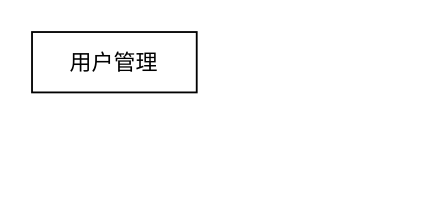
The draw.io diagram 若依架构.drawio in plx927/Java-Core-learning, before the edit. Source tidied: cells renumbered, new cells numbered last; positions are measured from the earlier drawing's top-left corner, leaving out a move shared by most shapes. Both pictures are drawn from the tidied source at 183%, with x=0, y=0 at pixel (31, 31).
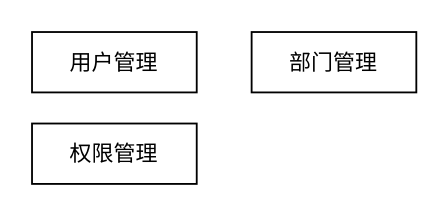
The same page after the edit.

Commit message:
更新若依架构.drawio

Change to the diagram source:
```diff
@@
 <mxGraphModel>
   <root>
     <mxCell id="0" />
     <mxCell id="1" parent="0" />
     <mxCell id="2" value="用户管理" style="rounded=0;whiteSpace=wrap;html=1;" parent="1" vertex="1">
       <mxGeometry width="90" height="33" as="geometry" />
     </mxCell>
+    <mxCell id="3" value="部门管理" style="rounded=0;whiteSpace=wrap;html=1;" parent="1" vertex="1">
+      <mxGeometry x="120" width="90" height="33" as="geometry" />
+    </mxCell>
+    <mxCell id="4" value="权限管理" style="rounded=0;whiteSpace=wrap;html=1;" parent="1" vertex="1">
+      <mxGeometry y="50" width="90" height="33" as="geometry" />
+    </mxCell>
   </root>
 </mxGraphModel>
```
